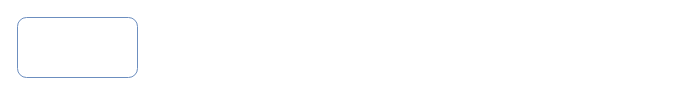
The draw.io diagram page "training" (2 of 3) of images/logistic_regression.drawio in vuanhtuan1012/deep-learning-with-pytorch, before the edit. Source tidied: cells renumbered, new cells numbered last; positions are measured from the earlier drawing's top-left corner, leaving out a move shared by most shapes. Both pictures are drawn from the tidied source at 100%, with x=0, y=0 at pixel (17, 17).
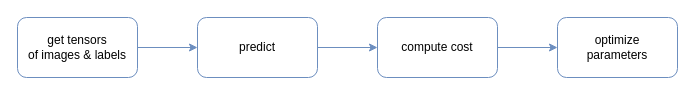
The same diagram, later.

What changed in the source:
```diff
@@
 <mxGraphModel>
   <root>
     <mxCell id="0" />
     <mxCell id="1" parent="0" />
+    <mxCell id="3" style="edgeStyle=orthogonalEdgeStyle;rounded=0;jettySize=auto;html=1;fillColor=#dae8fc;strokeColor=#6c8ebf;" parent="1" edge="1" source="2" target="8">
+      <mxGeometry relative="1" as="geometry" />
+    </mxCell>
-    <mxCell id="2" style="rounded=1;whiteSpace=wrap;html=1;strokeColor=#6c8ebf;fillColor=none;" parent="1" vertex="1">
+    <mxCell id="2" value="get tensors&lt;br&gt;of images &amp;amp; labels" style="rounded=1;whiteSpace=wrap;html=1;strokeColor=#6c8ebf;fillColor=none;" parent="1" vertex="1">
       <mxGeometry width="120" height="60" as="geometry" />
     </mxCell>
+    <mxCell id="4" style="edgeStyle=orthogonalEdgeStyle;rounded=0;jettySize=auto;html=1;fillColor=#dae8fc;strokeColor=#6c8ebf;" parent="1" edge="1" source="5" target="6">
+      <mxGeometry relative="1" as="geometry" />
+    </mxCell>
+    <mxCell id="5" value="compute cost" style="rounded=1;whiteSpace=wrap;html=1;strokeColor=#6c8ebf;fillColor=none;" parent="1" vertex="1">
+      <mxGeometry x="360" width="120" height="60" as="geometry" />
+    </mxCell>
+    <mxCell id="6" value="optimize&lt;br&gt;parameters" style="rounded=1;whiteSpace=wrap;html=1;strokeColor=#6c8ebf;fillColor=none;" parent="1" vertex="1">
+      <mxGeometry x="540" width="120" height="60" as="geometry" />
+    </mxCell>
+    <mxCell id="7" style="edgeStyle=orthogonalEdgeStyle;rounded=0;jettySize=auto;html=1;fillColor=#dae8fc;strokeColor=#6c8ebf;" parent="1" edge="1" source="8" target="5">
+      <mxGeometry relative="1" as="geometry" />
+    </mxCell>
+    <mxCell id="8" value="predict" style="rounded=1;whiteSpace=wrap;html=1;strokeColor=#6c8ebf;fillColor=none;" parent="1" vertex="1">
+      <mxGeometry x="180" width="120" height="60" as="geometry" />
+    </mxCell>
   </root>
 </mxGraphModel>
```
